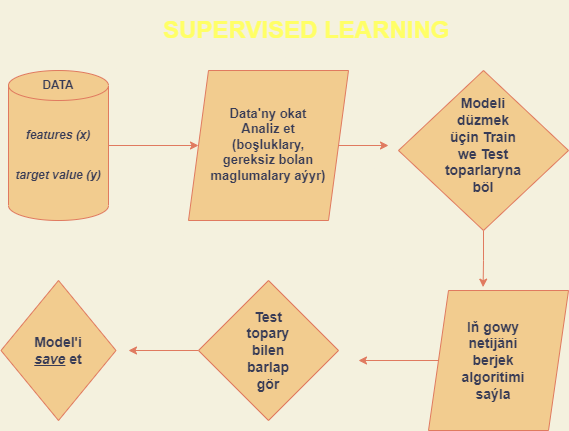
Earlier version of the draw.io export ml2.png (myratnesirov/pythoncode). Source tidied: cells renumbered, new cells last; positions are measured from the earlier drawing's top-left corner, leaving out a move shared by most shapes.
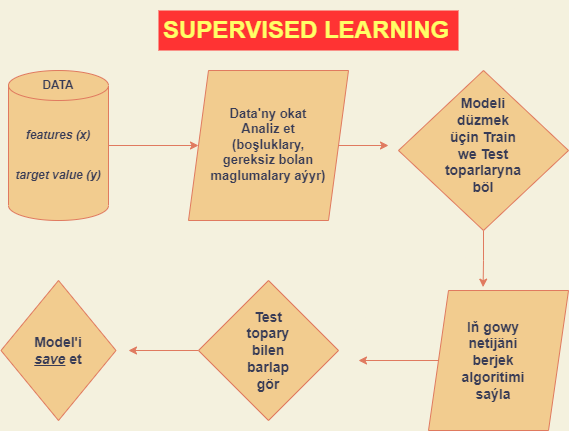
The same file after the commit.

What changed in the source:
```diff
@@ -2,8 +2,8 @@
   <root>
     <mxCell id="0" />
     <mxCell id="1" parent="0" />
-    <mxCell id="2" value="&lt;h1&gt;SUPERVISED LEARNING&lt;/h1&gt;" style="text;html=1;strokeColor=none;fillColor=none;spacing=5;spacingTop=-20;whiteSpace=wrap;overflow=hidden;rounded=0;fontColor=#FFFF66;" parent="1" vertex="1">
-      <mxGeometry x="158" width="320" height="40" as="geometry" />
+    <mxCell id="2" value="&lt;h1&gt;SUPERVISED LEARNING&lt;/h1&gt;" style="text;html=1;strokeColor=none;fillColor=#FF3333;spacing=5;spacingTop=-20;whiteSpace=wrap;overflow=hidden;rounded=0;fontColor=#FFFF66;" parent="1" vertex="1">
+      <mxGeometry x="158" width="300" height="40" as="geometry" />
     </mxCell>
     <mxCell id="3" style="edgeStyle=orthogonalEdgeStyle;rounded=0;jettySize=auto;html=1;fontSize=13;labelBackgroundColor=#F4F1DE;strokeColor=#E07A5F;fontColor=#393C56;" parent="1" edge="1" source="4" target="9">
       <mxGeometry relative="1" as="geometry" />
```
